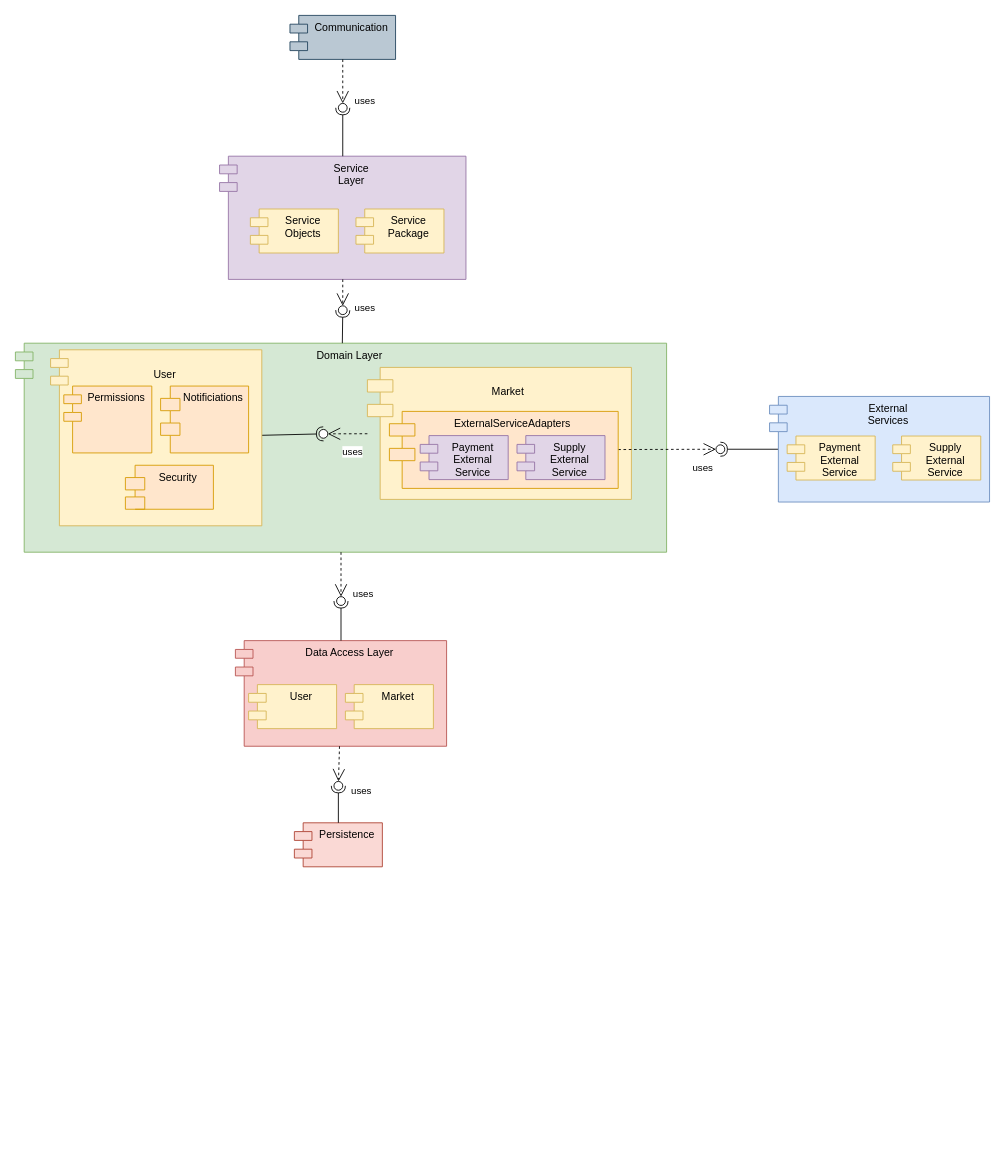
Earlier version of the draw.io diagram page "Component Diagram" (2 of 3) of Workshop.drawio (itaitzruia4/Workshop). Source tidied: cells renumbered, new cells numbered last; positions are measured from the earlier drawing's top-left corner, leaving out a move shared by most shapes. Both pictures are drawn from the tidied source at 88%, with x=0, y=0 at pixel (15, 15).
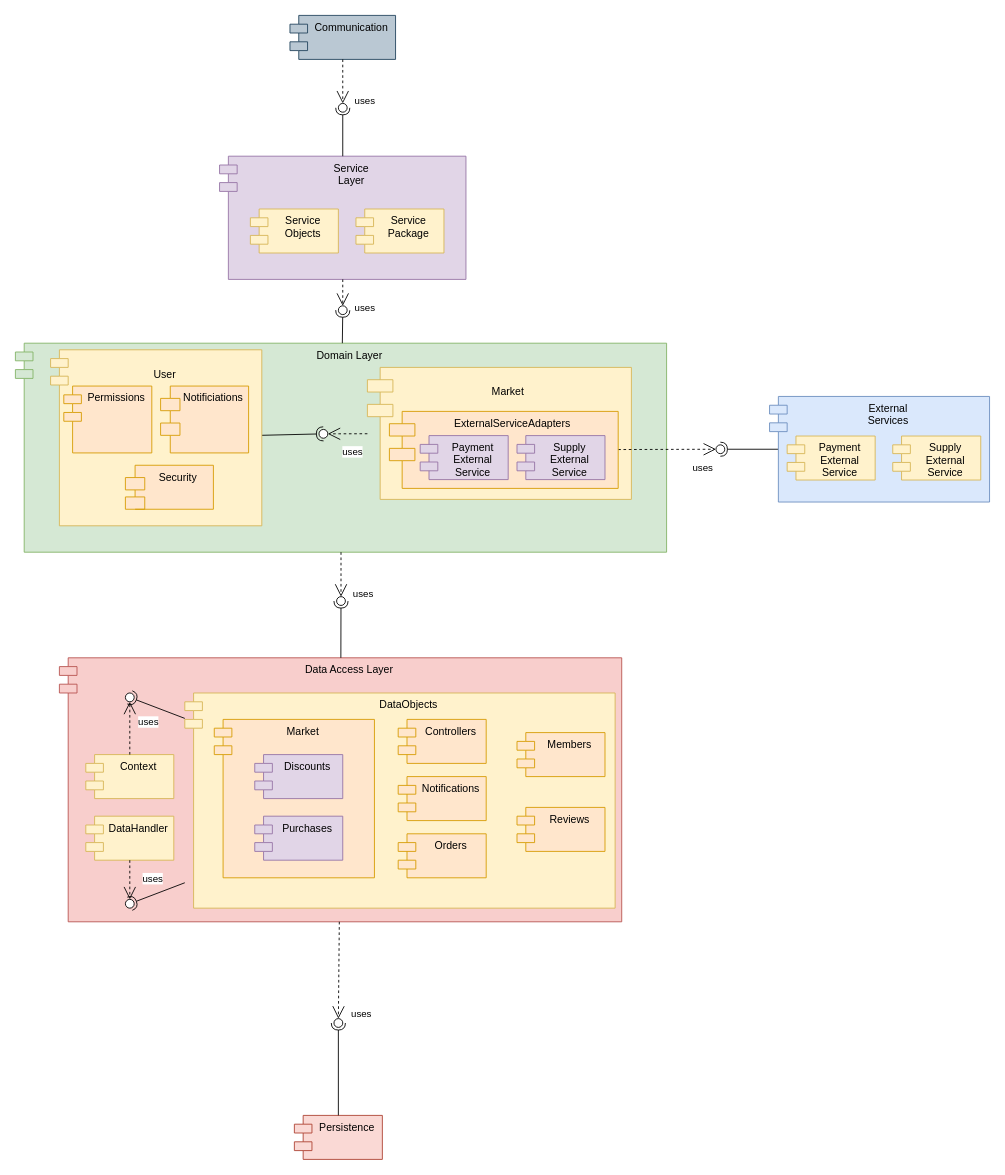
Above is the later version.

The edit, as a diff of the source:
```diff
@@
     <mxCell id="3" value="Data Access Layer" style="shape=module;align=left;spacingLeft=20;align=center;verticalAlign=top;fillColor=#f8cecc;strokeColor=#b85450;" parent="1" vertex="1">
-      <mxGeometry x="250" y="710.5" width="240" height="120" as="geometry" />
+      <mxGeometry x="50" y="730" width="639" height="300" as="geometry" />
     </mxCell>
@@
     <mxCell id="6" value="Persistence" style="shape=module;align=left;spacingLeft=20;align=center;verticalAlign=top;fillColor=#fad9d5;strokeColor=#ae4132;" parent="1" vertex="1">
-      <mxGeometry x="317" y="917.5" width="100" height="50" as="geometry" />
+      <mxGeometry x="317" y="1250" width="100" height="50" as="geometry" />
     </mxCell>
@@
-    <mxCell id="11" value="Market" style="shape=module;align=left;spacingLeft=20;align=center;verticalAlign=top;fillColor=#fff2cc;strokeColor=#d6b656;" parent="1" vertex="1">
-      <mxGeometry x="375" y="760.5" width="100" height="50" as="geometry" />
-    </mxCell>
-    <mxCell id="12" value="User" style="shape=module;align=left;spacingLeft=20;align=center;verticalAlign=top;fillColor=#fff2cc;strokeColor=#d6b656;" parent="1" vertex="1">
-      <mxGeometry x="265" y="760.5" width="100" height="50" as="geometry" />
+    <mxCell id="12" value="Context" style="shape=module;align=left;spacingLeft=20;align=center;verticalAlign=top;fillColor=#fff2cc;strokeColor=#d6b656;" parent="1" vertex="1">
+      <mxGeometry x="80" y="840" width="100" height="50" as="geometry" />
     </mxCell>
@@
     <mxCell id="27" style="ellipse;whiteSpace=wrap;html=1;align=center;points=[];outlineConnect=0;sketch=0;" parent="1" vertex="1">
-      <mxGeometry x="362" y="870.5" width="10" height="10" as="geometry" />
+      <mxGeometry x="362" y="1140" width="10" height="10" as="geometry" />
     </mxCell>
@@
+    <mxCell id="50" value="DataHandler" style="shape=module;align=left;spacingLeft=20;align=center;verticalAlign=top;fillColor=#fff2cc;strokeColor=#d6b656;" parent="1" vertex="1">
+      <mxGeometry x="80" y="910" width="100" height="50" as="geometry" />
+    </mxCell>
+    <mxCell id="51" value="DataObjects" style="shape=module;align=left;spacingLeft=20;align=center;verticalAlign=top;fillColor=#fff2cc;strokeColor=#d6b656;" parent="1" vertex="1">
+      <mxGeometry x="192.5" y="770" width="489" height="244.5" as="geometry" />
+    </mxCell>
+    <mxCell id="52" value="Controllers" style="shape=module;align=left;spacingLeft=20;align=center;verticalAlign=top;fillColor=#ffe6cc;strokeColor=#d79b00;" parent="1" vertex="1">
+      <mxGeometry x="435" y="800" width="100" height="50" as="geometry" />
+    </mxCell>
+    <mxCell id="11" value="Market" style="shape=module;align=left;spacingLeft=20;align=center;verticalAlign=top;fillColor=#ffe6cc;strokeColor=#d79b00;" parent="1" vertex="1">
+      <mxGeometry x="226" y="800" width="182" height="180" as="geometry" />
+    </mxCell>
+    <mxCell id="53" value="Members" style="shape=module;align=left;spacingLeft=20;align=center;verticalAlign=top;fillColor=#ffe6cc;strokeColor=#d79b00;" parent="1" vertex="1">
+      <mxGeometry x="570" y="815" width="100" height="50" as="geometry" />
+    </mxCell>
+    <mxCell id="54" value="Notifications" style="shape=module;align=left;spacingLeft=20;align=center;verticalAlign=top;fillColor=#ffe6cc;strokeColor=#d79b00;" parent="1" vertex="1">
+      <mxGeometry x="435" y="865" width="100" height="50" as="geometry" />
+    </mxCell>
+    <mxCell id="55" value="Orders" style="shape=module;align=left;spacingLeft=20;align=center;verticalAlign=top;fillColor=#ffe6cc;strokeColor=#d79b00;" parent="1" vertex="1">
+      <mxGeometry x="435" y="930" width="100" height="50" as="geometry" />
+    </mxCell>
+    <mxCell id="56" value="Reviews" style="shape=module;align=left;spacingLeft=20;align=center;verticalAlign=top;fillColor=#ffe6cc;strokeColor=#d79b00;" parent="1" vertex="1">
+      <mxGeometry x="570" y="900" width="100" height="50" as="geometry" />
+    </mxCell>
+    <mxCell id="57" value="Discounts" style="shape=module;align=left;spacingLeft=20;align=center;verticalAlign=top;fillColor=#e1d5e7;strokeColor=#9673a6;" parent="1" vertex="1">
+      <mxGeometry x="272" y="840" width="100" height="50" as="geometry" />
+    </mxCell>
+    <mxCell id="58" value="Purchases" style="shape=module;align=left;spacingLeft=20;align=center;verticalAlign=top;fillColor=#e1d5e7;strokeColor=#9673a6;" parent="1" vertex="1">
+      <mxGeometry x="272" y="910" width="100" height="50" as="geometry" />
+    </mxCell>
+    <mxCell id="59" style="rounded=0;jettySize=auto;html=1;endArrow=halfCircle;endFill=0;entryX=0.5;entryY=0.5;endSize=6;strokeWidth=1;sketch=0;" parent="1" edge="1" source="51" target="60">
+      <mxGeometry relative="1" as="geometry" />
+    </mxCell>
+    <mxCell id="60" style="ellipse;whiteSpace=wrap;html=1;align=center;points=[];outlineConnect=0;sketch=0;" parent="1" vertex="1">
+      <mxGeometry x="125" y="770" width="10" height="10" as="geometry" />
+    </mxCell>
+    <mxCell id="61" style="endArrow=open;endSize=12;dashed=1;html=1;rounded=0;" parent="1" edge="1" source="12" target="60">
+      <mxGeometry x="0.47" y="-72" relative="1" as="geometry" />
+    </mxCell>
+    <mxCell id="62" value="uses" style="edgeLabel;html=1;align=center;verticalAlign=middle;" parent="61" vertex="1">
+      <mxGeometry x="0.52" y="2" relative="1" as="geometry">
+        <mxPoint x="22" y="8" as="offset" />
+      </mxGeometry>
+    </mxCell>
+    <mxCell id="63" style="rounded=0;jettySize=auto;html=1;endArrow=halfCircle;endFill=0;entryX=0.5;entryY=0.5;endSize=6;strokeWidth=1;sketch=0;" parent="1" edge="1" source="51" target="64">
+      <mxGeometry relative="1" as="geometry" />
+    </mxCell>
+    <mxCell id="64" style="ellipse;whiteSpace=wrap;html=1;align=center;points=[];outlineConnect=0;sketch=0;" parent="1" vertex="1">
+      <mxGeometry x="125" y="1004.5" width="10" height="10" as="geometry" />
+    </mxCell>
+    <mxCell id="65" style="endArrow=open;endSize=12;dashed=1;html=1;rounded=0;" parent="1" edge="1" source="50" target="64">
+      <mxGeometry x="0.47" y="-72" relative="1" as="geometry" />
+    </mxCell>
+    <mxCell id="66" value="uses" style="edgeLabel;html=1;align=center;verticalAlign=middle;" parent="65" vertex="1">
+      <mxGeometry x="0.52" y="2" relative="1" as="geometry">
+        <mxPoint x="23" y="-14" as="offset" />
+      </mxGeometry>
+    </mxCell>
```
